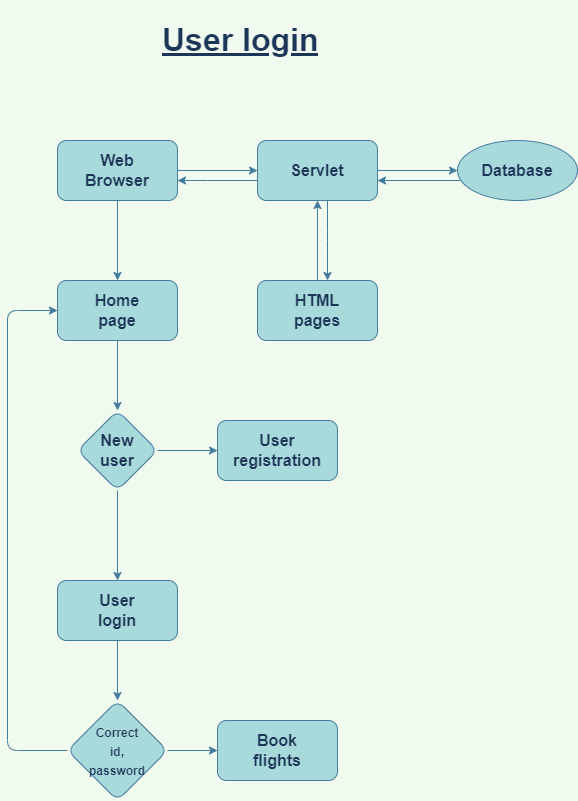
Before: specification_doc/Flyaway_flowchart2.png, a diagram exported from draw.io (kanika880/FlyAway). Source tidied: cells renumbered, new cells last; positions are measured from the earlier drawing's top-left corner, leaving out a move shared by most shapes.
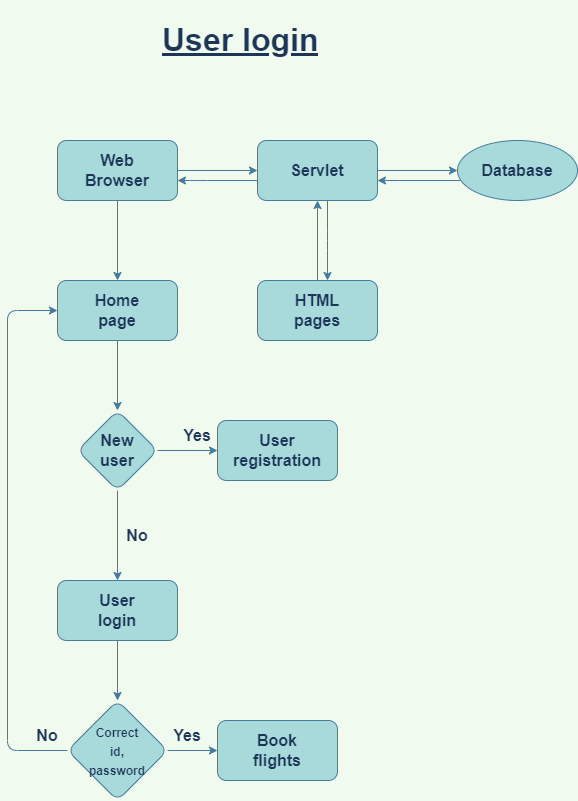
After the commit.

Commit message:
added user login flowchart

Change to the diagram source:
```diff
@@ -124,5 +124,17 @@
     <mxCell id="35" value="&lt;h1&gt;&lt;u&gt;User login&lt;/u&gt;&lt;/h1&gt;" style="text;html=1;strokeColor=none;fillColor=none;spacing=5;spacingTop=-20;whiteSpace=wrap;overflow=hidden;rounded=0;sketch=0;fontSize=16;fontColor=#1D3557;" parent="1" vertex="1">
       <mxGeometry x="150" width="180" height="60" as="geometry" />
     </mxCell>
+    <mxCell id="36" value="&lt;b&gt;Yes&lt;/b&gt;" style="text;html=1;strokeColor=none;fillColor=none;align=center;verticalAlign=middle;whiteSpace=wrap;rounded=0;sketch=0;fontSize=16;fontColor=#1D3557;" parent="1" vertex="1">
+      <mxGeometry x="160" y="410" width="60" height="30" as="geometry" />
+    </mxCell>
+    <mxCell id="37" value="&lt;b&gt;No&lt;/b&gt;" style="text;html=1;strokeColor=none;fillColor=none;align=center;verticalAlign=middle;whiteSpace=wrap;rounded=0;sketch=0;fontSize=16;fontColor=#1D3557;" parent="1" vertex="1">
+      <mxGeometry x="100" y="510" width="60" height="30" as="geometry" />
+    </mxCell>
+    <mxCell id="38" value="&lt;b&gt;Yes&lt;/b&gt;" style="text;html=1;strokeColor=none;fillColor=none;align=center;verticalAlign=middle;whiteSpace=wrap;rounded=0;sketch=0;fontSize=16;fontColor=#1D3557;" parent="1" vertex="1">
+      <mxGeometry x="150" y="710" width="60" height="30" as="geometry" />
+    </mxCell>
+    <mxCell id="39" value="&lt;b&gt;No&lt;/b&gt;" style="text;html=1;strokeColor=none;fillColor=none;align=center;verticalAlign=middle;whiteSpace=wrap;rounded=0;sketch=0;fontSize=16;fontColor=#1D3557;" parent="1" vertex="1">
+      <mxGeometry x="10" y="710" width="60" height="30" as="geometry" />
+    </mxCell>
   </root>
 </mxGraphModel>
```
